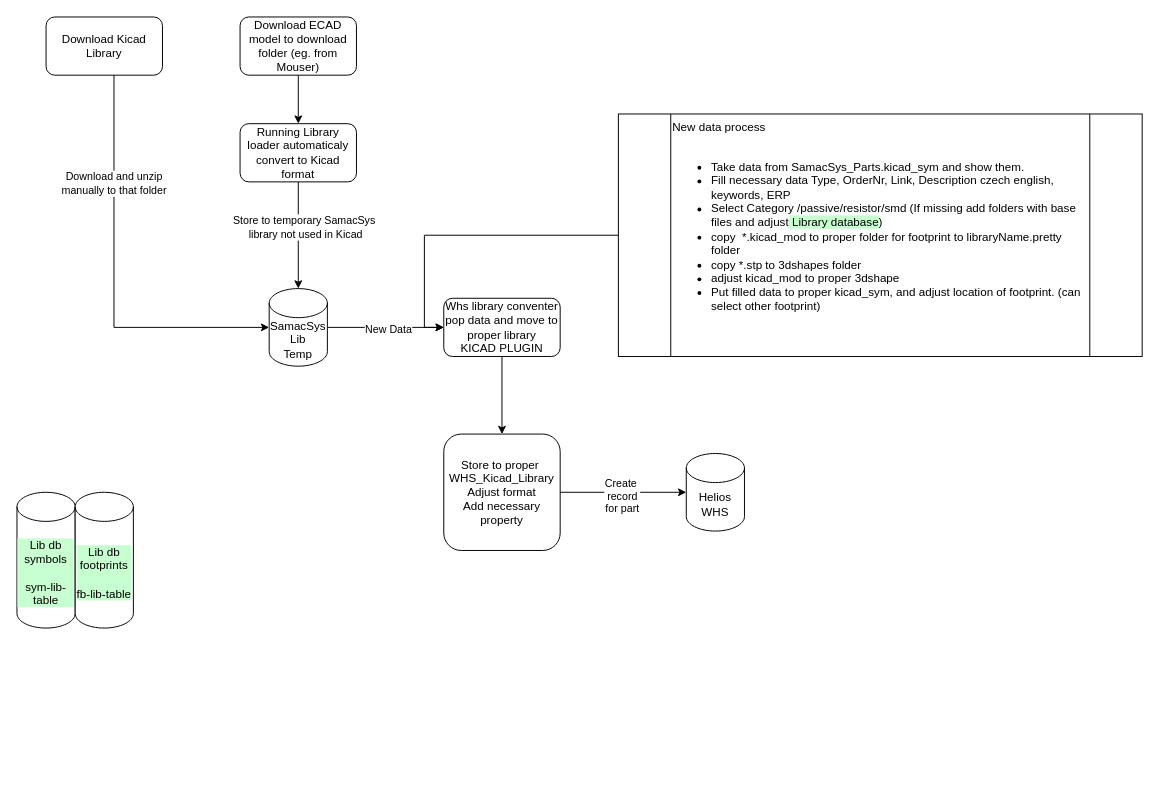
This is docs/Organization/Overview.drawio from RT-whs/WhsKicadLibraryConventer, a draw.io file, before an edit. Source tidied: cells renumbered, new cells numbered last; positions are measured from the earlier drawing's top-left corner, leaving out a move shared by most shapes. Both pictures are drawn from the tidied source at 97%, with x=0, y=0 at pixel (16, 16).
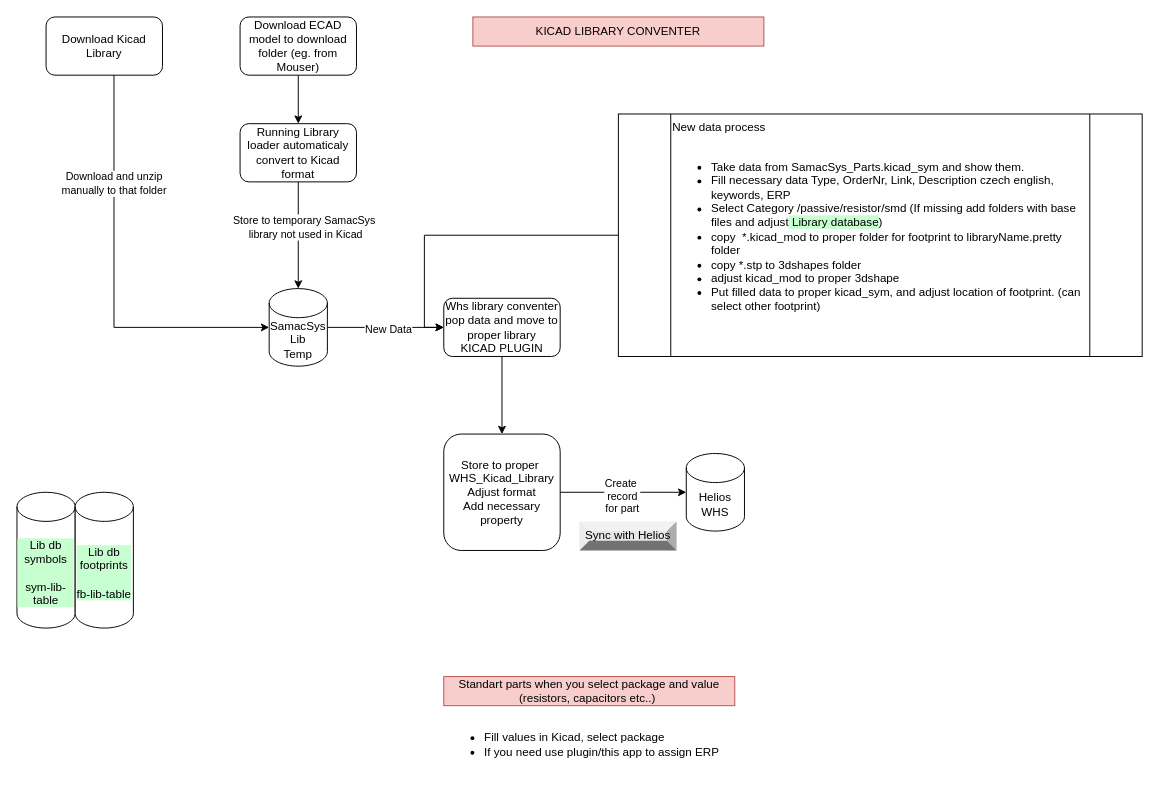
The same diagram, later.

The edit, as a diff of the source:
```diff
@@
+    <mxCell id="23" value="Sync with Helios" style="labelPosition=center;verticalLabelPosition=middle;align=center;html=1;shape=mxgraph.basic.shaded_button;dx=10;fillColor=#E6E6E6;strokeColor=none;whiteSpace=wrap;" parent="1" vertex="1">
+      <mxGeometry x="580" y="520" width="100" height="30" as="geometry" />
+    </mxCell>
+    <mxCell id="24" value="Standart parts when you select package and value (resistors, capacitors etc..)&amp;nbsp;" style="text;html=1;strokeColor=#b85450;fillColor=#f8cecc;align=center;verticalAlign=middle;whiteSpace=wrap;rounded=0;" parent="1" vertex="1">
+      <mxGeometry x="440" y="680" width="300" height="30" as="geometry" />
+    </mxCell>
+    <mxCell id="25" value="&lt;ul&gt;&lt;li&gt;Fill values in Kicad, select package&amp;nbsp;&lt;/li&gt;&lt;li&gt;If you need use plugin/this app to assign ERP&lt;/li&gt;&lt;/ul&gt;" style="text;strokeColor=none;fillColor=none;html=1;whiteSpace=wrap;verticalAlign=middle;overflow=hidden;" parent="1" vertex="1">
+      <mxGeometry x="440" y="710" width="300" height="80" as="geometry" />
+    </mxCell>
+    <mxCell id="26" value="KICAD LIBRARY CONVENTER" style="text;html=1;strokeColor=#b85450;fillColor=#f8cecc;align=center;verticalAlign=middle;whiteSpace=wrap;rounded=0;" parent="1" vertex="1">
+      <mxGeometry x="470" width="300" height="30" as="geometry" />
+    </mxCell>
```
